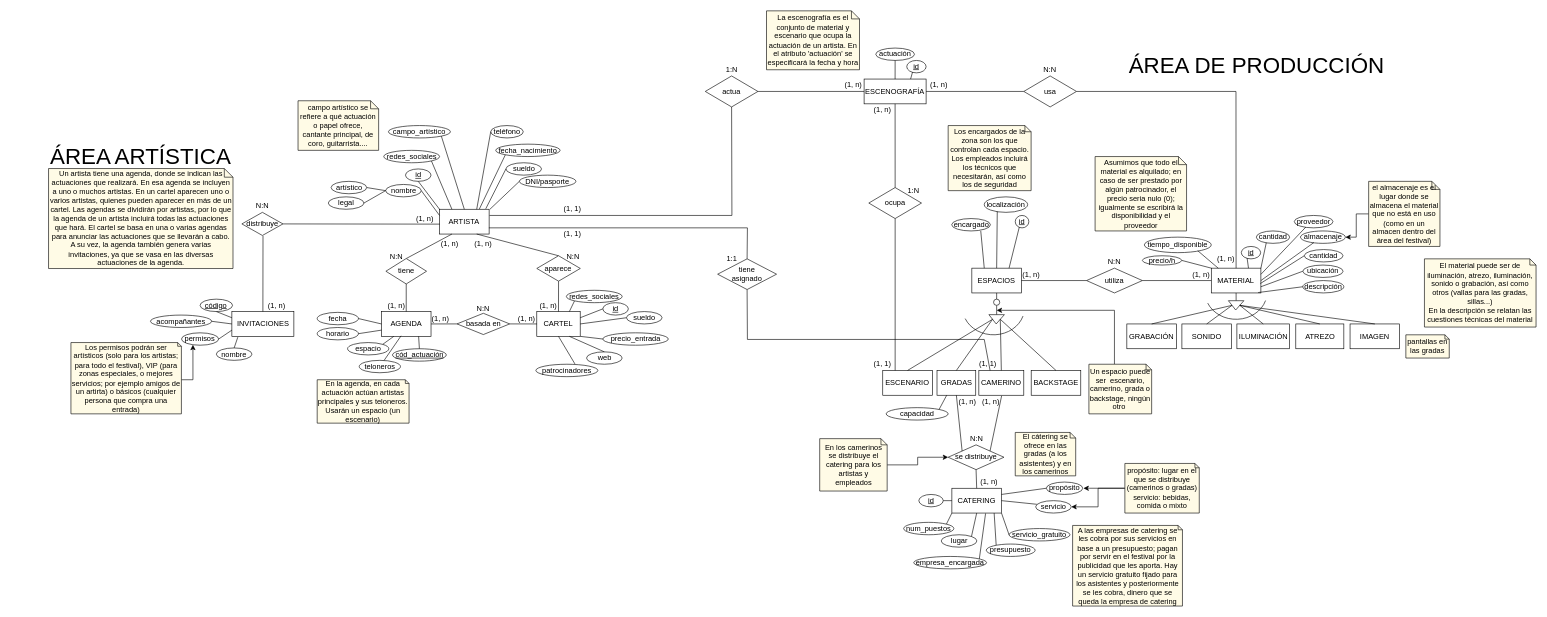
mariaalamocedillo/Quevedofest keeps this draw.io diagram as Modelo conceptual/QuevedoFest_E-R.drawio. Above is the earlier version. Source tidied: cells renumbered, new cells numbered last; positions are measured from the earlier drawing's top-left corner, leaving out a move shared by most shapes. Both pictures are drawn from the tidied source at 62%, with x=0, y=0 at pixel (11, 11).
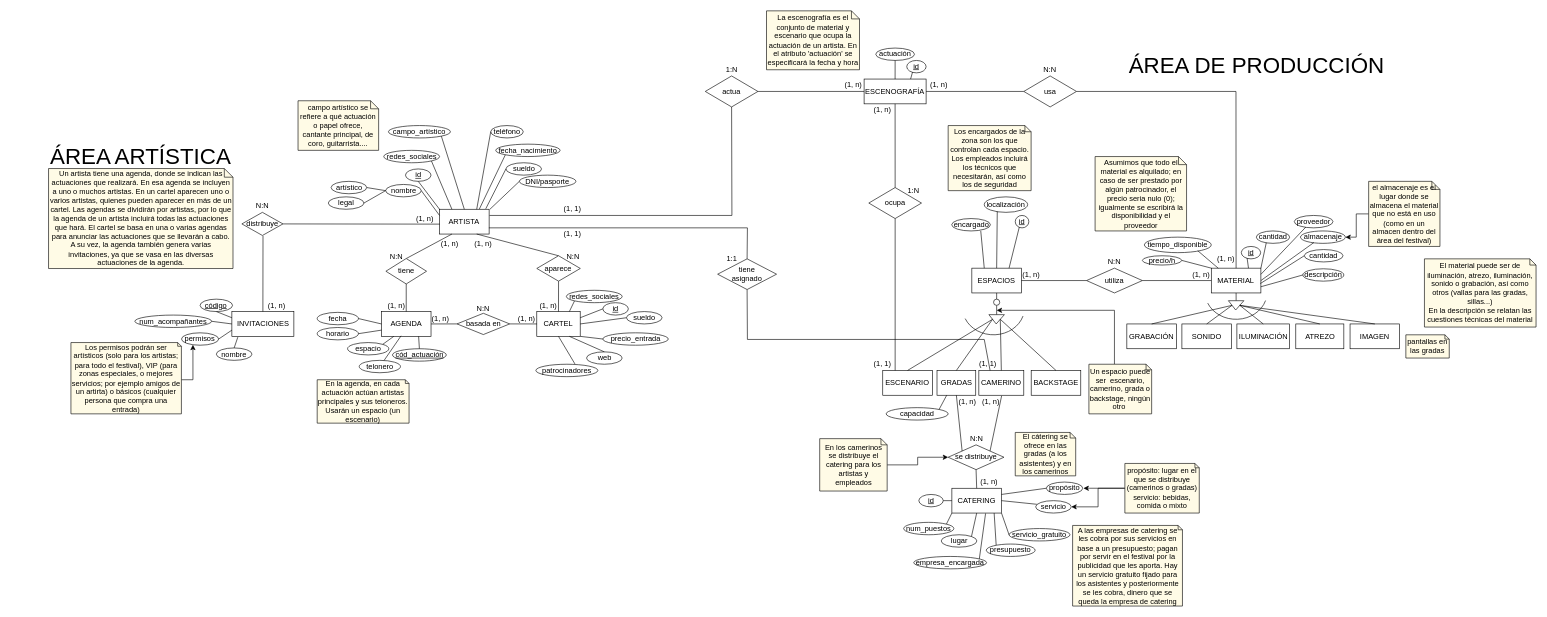
The same diagram, later.

Unchanged cells that the change refers to:
```xml
<mxCell id="7" value="MATERIAL" style="rounded=0;whiteSpace=wrap;html=1;" parent="1" vertex="1">
  <mxGeometry x="1936.2" y="415" width="80" height="40" as="geometry" />
</mxCell>
```

Change to the diagram source:
```diff
@@
-    <mxCell id="107" value="ubicación" style="ellipse;whiteSpace=wrap;html=1;align=center;fillColor=#FFFFFF;" parent="1" vertex="1">
-      <mxGeometry x="2083.8" y="410" width="65" height="20" as="geometry" />
-    </mxCell>
-    <mxCell id="108" style="endArrow=none;html=1;rounded=0;exitX=0;exitY=0.5;exitDx=0;exitDy=0;entryX=1;entryY=0.75;entryDx=0;entryDy=0;" parent="1" edge="1" source="107" target="7">
-      <mxGeometry relative="1" as="geometry" />
-    </mxCell>
@@
     <mxCell id="111" value="descripción" style="ellipse;whiteSpace=wrap;html=1;align=center;fillColor=#FFFFFF;" parent="1" vertex="1">
-      <mxGeometry x="2083.8" y="435" width="66.2" height="20" as="geometry" />
+      <mxGeometry x="2083.8" y="416" width="66.2" height="20" as="geometry" />
     </mxCell>
-    <mxCell id="112" style="endArrow=none;html=1;rounded=0;exitX=0;exitY=0.5;exitDx=0;exitDy=0;entryX=0.946;entryY=0.983;entryDx=0;entryDy=0;entryPerimeter=0;" parent="1" edge="1" source="111" target="7">
+    <mxCell id="112" style="endArrow=none;html=1;rounded=0;exitX=0;exitY=0.5;exitDx=0;exitDy=0;entryX=1;entryY=0.75;entryDx=0;entryDy=0;" parent="1" edge="1" source="111" target="7">
       <mxGeometry relative="1" as="geometry" />
     </mxCell>
@@
-    <mxCell id="152" value="teloneros" style="ellipse;whiteSpace=wrap;html=1;align=center;fillColor=#FFFFFF;direction=west;" parent="1" vertex="1">
+    <mxCell id="152" value="telonero" style="ellipse;whiteSpace=wrap;html=1;align=center;fillColor=#FFFFFF;direction=west;" parent="1" vertex="1">
       <mxGeometry x="561.9" y="563.7" width="66.5" height="20" as="geometry" />
     </mxCell>
@@
-    <mxCell id="161" value="acompañantes" style="ellipse;whiteSpace=wrap;html=1;align=center;fillColor=#FFFFFF;" parent="1" vertex="1">
-      <mxGeometry x="225.2" y="490.7" width="98.7" height="20" as="geometry" />
+    <mxCell id="161" value="num_acompañantes" style="ellipse;whiteSpace=wrap;html=1;align=center;fillColor=#FFFFFF;" parent="1" vertex="1">
+      <mxGeometry x="200" y="490.7" width="123.9" height="20" as="geometry" />
     </mxCell>
```
